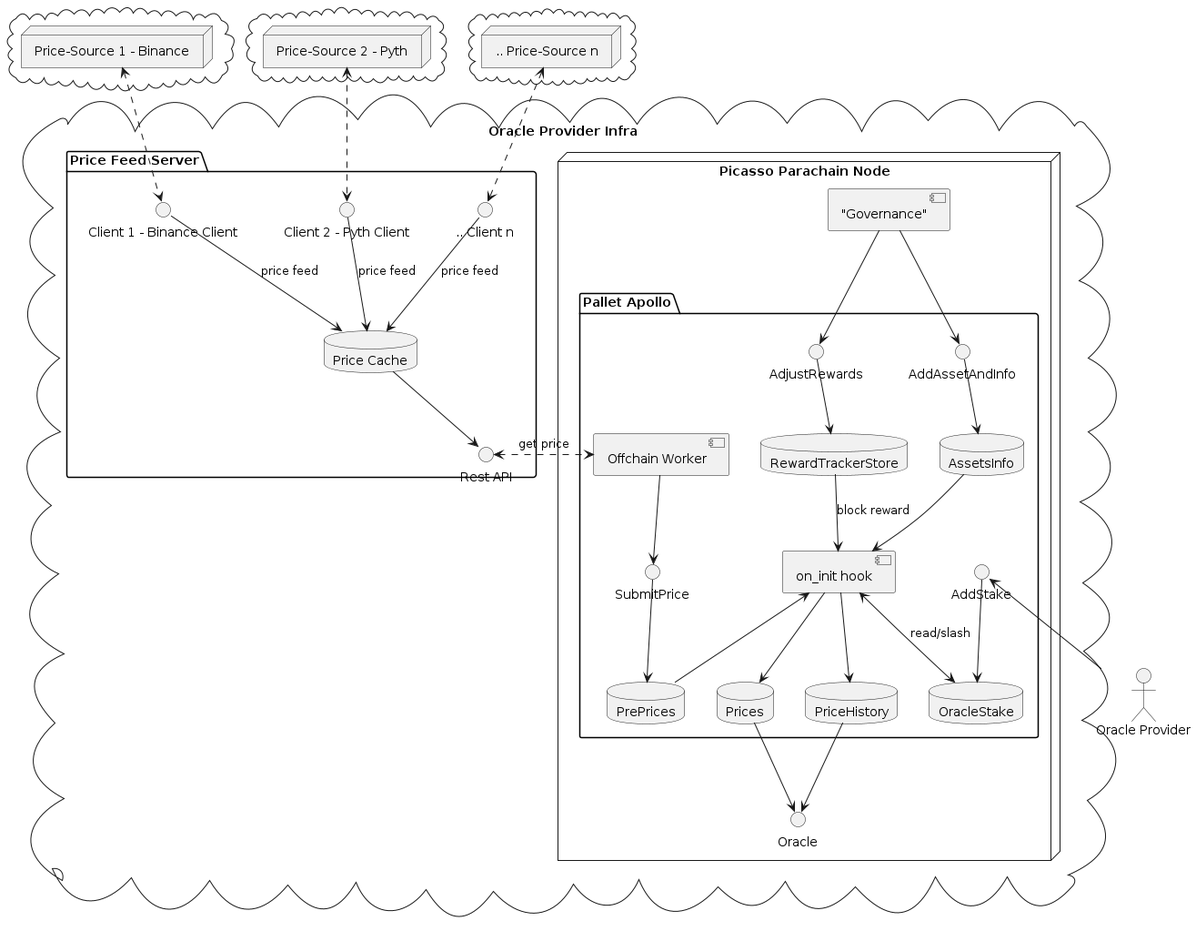
The PlantUML diagram frame/oracle/design/images/images/apollo-overview.png in ComposableFi/composable, before a commit.
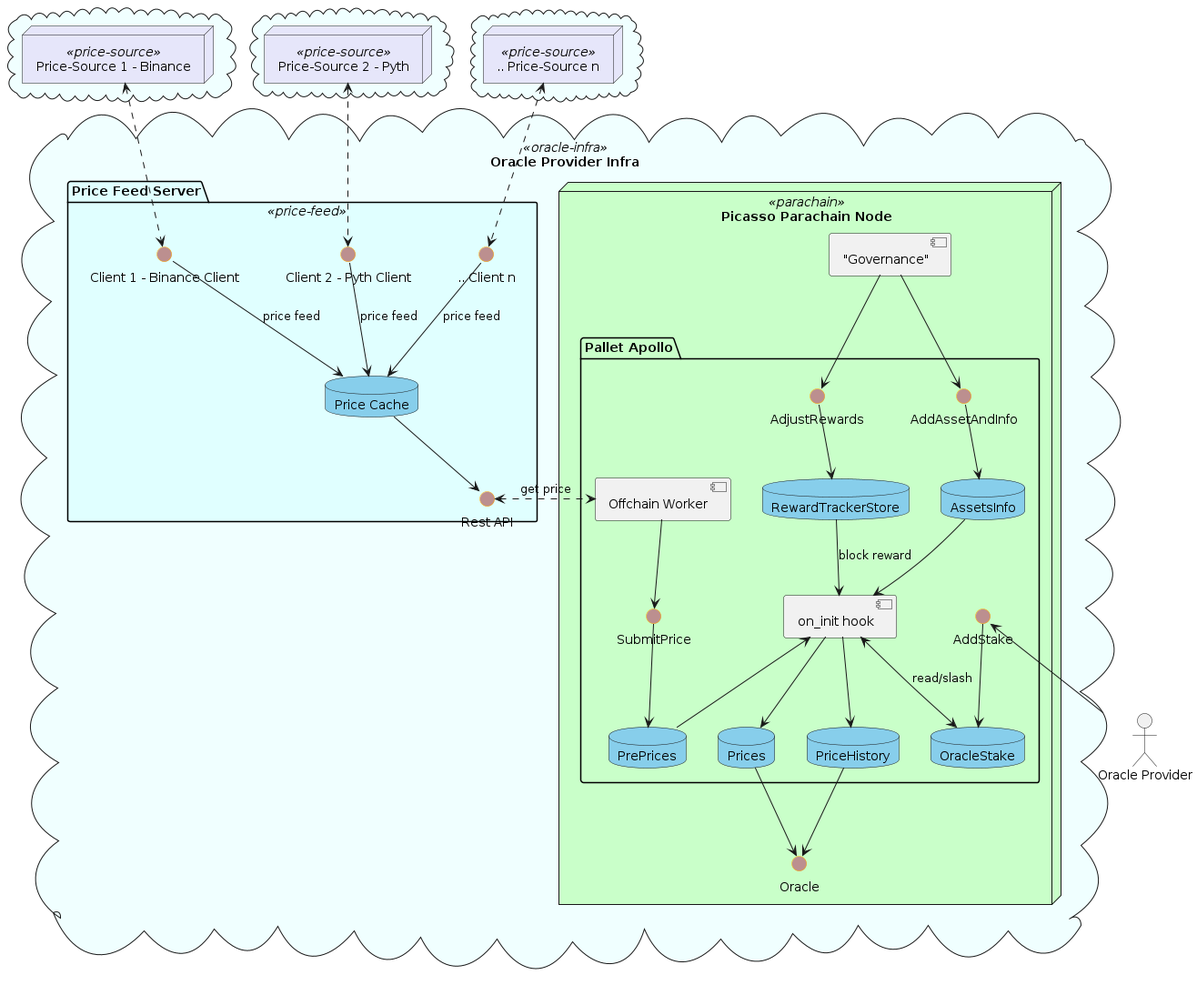
The same file after the commit.

The edit, as a diff of the source:
```diff
@@ -1,6 +1,29 @@
 @startuml
-cloud "Oracle Provider Infra" {
-    node "Picasso Parachain Node" {
+skinparam interface {
+  backgroundColor RosyBrown
+  borderColor orange
+}
+
+skinparam node {
+  backgroundColor<<parachain>> TECHNOLOGY
+}
+
+skinparam package {
+  backgroundColor<<price-feed>> LightCyan
+}
+
+skinparam cloud {
+  backgroundColor Azure
+}
+
+skinparam node {
+  backgroundColor<<price-source>> Lavender
+}
+
+skinparam databaseBackgroundColor SkyBlue
+
+cloud "Oracle Provider Infra" <<oracle-infra>> {
+    node "Picasso Parachain Node" <<parachain>> {
         () "Oracle" as o
         package "Pallet Apollo" {
             Database "PrePrices" as prepricedb
@@ -34,7 +57,7 @@
         pricehistorydb --> o
     }
 
-    package "Price Feed Server" {
+    package "Price Feed Server" <<price-feed>> {
         () "Rest API" as papi
         database "Price Cache" as pc
         () "Client 1 - Binance Client" as c1
@@ -54,17 +77,17 @@
 ofw <.left.> papi : get price
 
 cloud {
-    node "Price-Source 1 - Binance" as binance {
+    node "Price-Source 1 - Binance" <<price-source>> as binance {
     }
 }
 
 cloud {
-    node "Price-Source 2 - Pyth" as pyth {
+    node "Price-Source 2 - Pyth" <<price-source>> as pyth {
     }
 }
 
 cloud {
-    node ".. Price-Source n" as n {
+    node ".. Price-Source n" <<price-source>> as n {
     }
 }
 
```
